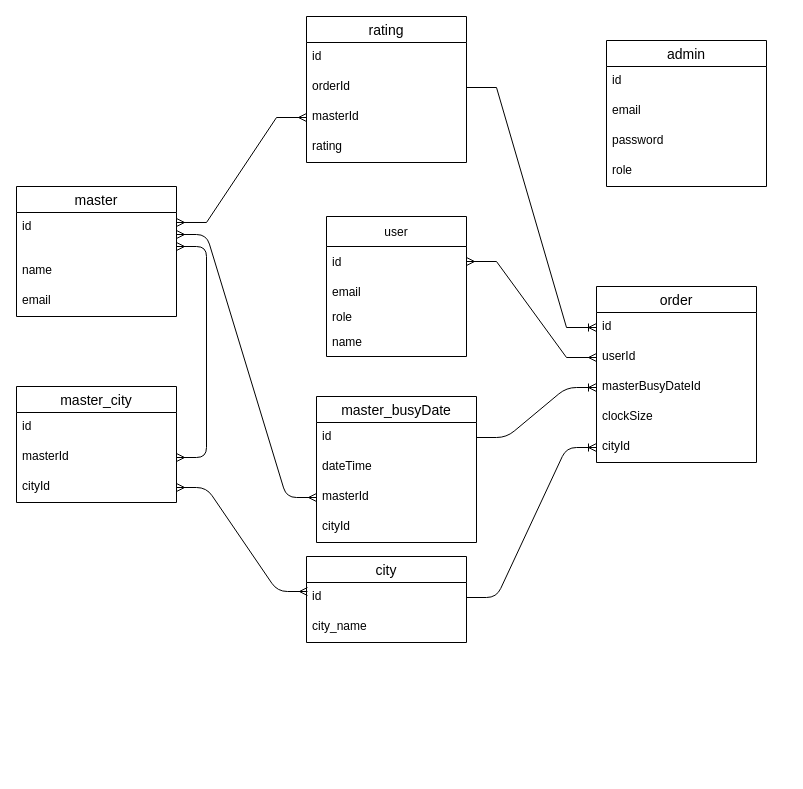
Above: 2.drawio in mip92/clock_server (draw.io), before the change. Source tidied: cells renumbered, new cells numbered last; positions are measured from the earlier drawing's top-left corner, leaving out a move shared by most shapes. Both pictures are drawn from the tidied source at 100%, with x=0, y=0 at pixel (16, 16).
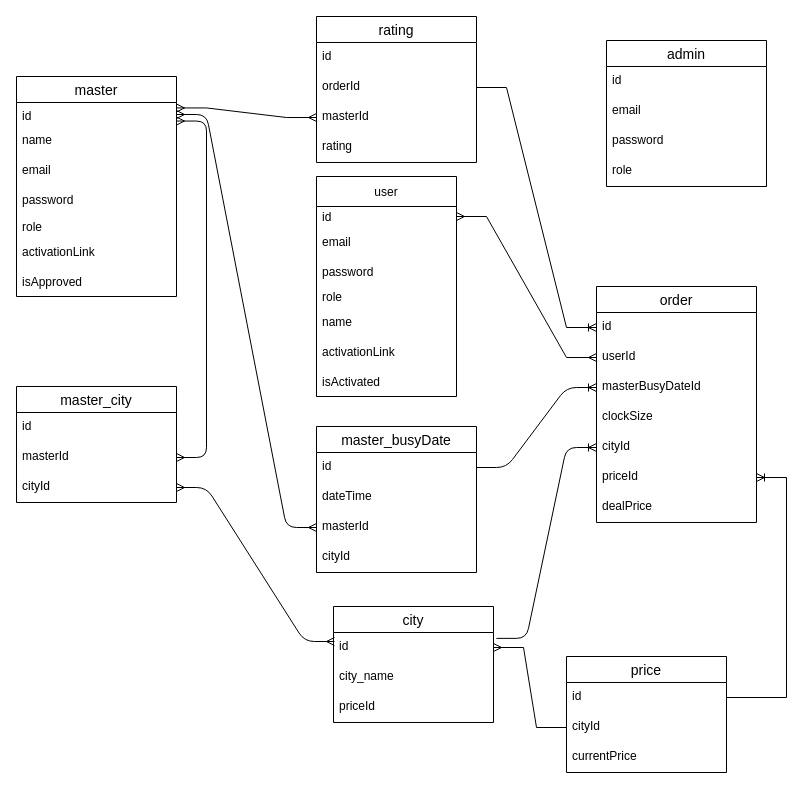
Above is the later version.

Unchanged cells that the change refers to:
```xml
<mxCell id="7" value="id" style="text;strokeColor=none;fillColor=none;spacingLeft=4;spacingRight=4;overflow=hidden;points=[[0,0.5],[1,0.5]];portConstraint=eastwest;fontSize=12;" parent="6" vertex="1">
  <mxGeometry y="26" width="160" height="30" as="geometry" />
</mxCell>
<mxCell id="19" value="cityId" style="text;strokeColor=none;fillColor=none;spacingLeft=4;spacingRight=4;overflow=hidden;points=[[0,0.5],[1,0.5]];portConstraint=eastwest;fontSize=12;" parent="14" vertex="1">
  <mxGeometry y="146" width="160" height="30" as="geometry" />
</mxCell>
```

What changed in the source:
```diff
@@
     <mxCell id="2" value="master" style="swimlane;fontStyle=0;horizontal=1;startSize=26;align=center;fontSize=14;" parent="1" vertex="1">
-      <mxGeometry y="170" width="160" height="130" as="geometry" />
+      <mxGeometry y="60" width="160" height="220" as="geometry" />
     </mxCell>
     <mxCell id="3" value="id" style="text;strokeColor=none;fillColor=none;spacingLeft=4;spacingRight=4;overflow=hidden;points=[[0,0.5],[1,0.5]];portConstraint=eastwest;fontSize=12;" parent="2" vertex="1">
-      <mxGeometry y="26" width="160" height="44" as="geometry" />
+      <mxGeometry y="26" width="160" height="24" as="geometry" />
     </mxCell>
     <mxCell id="4" value="name" style="text;strokeColor=none;fillColor=none;spacingLeft=4;spacingRight=4;overflow=hidden;fontSize=12;" parent="2" vertex="1">
-      <mxGeometry y="70" width="160" height="30" as="geometry" />
+      <mxGeometry y="50" width="160" height="30" as="geometry" />
     </mxCell>
     <mxCell id="5" value="email" style="text;strokeColor=none;fillColor=none;spacingLeft=4;spacingRight=4;overflow=hidden;fontSize=12;" parent="2" vertex="1">
-      <mxGeometry y="100" width="160" height="30" as="geometry" />
+      <mxGeometry y="80" width="160" height="30" as="geometry" />
     </mxCell>
+    <mxCell id="47" value="password" style="text;strokeColor=none;fillColor=none;spacingLeft=4;spacingRight=4;overflow=hidden;fontSize=12;" parent="2" vertex="1">
+      <mxGeometry y="110" width="160" height="30" as="geometry" />
+    </mxCell>
+    <mxCell id="48" value="role" style="text;strokeColor=none;fillColor=none;align=left;verticalAlign=middle;spacingLeft=4;spacingRight=4;overflow=hidden;" parent="2" vertex="1">
+      <mxGeometry y="140" width="160" height="20" as="geometry" />
+    </mxCell>
+    <mxCell id="49" value="activationLink" style="text;strokeColor=none;fillColor=none;align=left;verticalAlign=middle;spacingLeft=4;spacingRight=4;overflow=hidden;" parent="2" vertex="1">
+      <mxGeometry y="160" width="160" height="30" as="geometry" />
+    </mxCell>
+    <mxCell id="50" value="isApproved" style="text;strokeColor=none;fillColor=none;align=left;verticalAlign=middle;spacingLeft=4;spacingRight=4;overflow=hidden;" parent="2" vertex="1">
+      <mxGeometry y="190" width="160" height="30" as="geometry" />
+    </mxCell>
     <mxCell id="6" value="city" style="swimlane;fontStyle=0;horizontal=1;startSize=26;align=center;fontSize=14;" parent="1" vertex="1">
-      <mxGeometry x="290" y="540" width="160" height="86" as="geometry" />
+      <mxGeometry x="317" y="590" width="160" height="116" as="geometry" />
     </mxCell>
@@
+    <mxCell id="51" value="priceId" style="text;strokeColor=none;fillColor=none;spacingLeft=4;spacingRight=4;overflow=hidden;fontSize=12;" parent="6" vertex="1">
+      <mxGeometry y="86" width="160" height="30" as="geometry" />
+    </mxCell>
@@
     <mxCell id="14" value="order" style="swimlane;fontStyle=0;horizontal=1;startSize=26;align=center;fontSize=14;" parent="1" vertex="1">
-      <mxGeometry x="580" y="270" width="160" height="176" as="geometry" />
+      <mxGeometry x="580" y="270" width="160" height="236" as="geometry" />
     </mxCell>
@@
+    <mxCell id="52" value="priceId" style="text;strokeColor=none;fillColor=none;spacingLeft=4;spacingRight=4;overflow=hidden;points=[[0,0.5],[1,0.5]];portConstraint=eastwest;fontSize=12;" parent="14" vertex="1">
+      <mxGeometry y="176" width="160" height="30" as="geometry" />
+    </mxCell>
+    <mxCell id="53" value="dealPrice" style="text;strokeColor=none;fillColor=none;spacingLeft=4;spacingRight=4;overflow=hidden;fontSize=12;" parent="14" vertex="1">
+      <mxGeometry y="206" width="160" height="30" as="geometry" />
+    </mxCell>
     <mxCell id="20" value="master_busyDate" style="swimlane;fontStyle=0;horizontal=1;startSize=26;align=center;fontSize=14;" parent="1" vertex="1">
-      <mxGeometry x="300" y="380" width="160" height="146" as="geometry" />
+      <mxGeometry x="300" y="410" width="160" height="146" as="geometry" />
     </mxCell>
@@
-    <mxCell id="32" style="edgeStyle=entityRelationEdgeStyle;fontSize=12;html=1;endArrow=ERoneToMany;exitX=1;exitY=0.5;exitDx=0;exitDy=0;entryX=0;entryY=0.5;entryDx=0;entryDy=0;" parent="1" edge="1" source="7" target="19">
+    <mxCell id="32" style="edgeStyle=entityRelationEdgeStyle;fontSize=12;html=1;endArrow=ERoneToMany;exitX=1.018;exitY=0.196;exitDx=0;exitDy=0;entryX=0;entryY=0.5;entryDx=0;entryDy=0;exitPerimeter=0;" parent="1" edge="1" source="7" target="19">
       <mxGeometry relative="1" as="geometry" />
     </mxCell>
@@
     <mxCell id="34" value="user" style="swimlane;fontStyle=0;horizontal=1;startSize=30;" parent="1" vertex="1">
-      <mxGeometry x="310" y="200" width="140" height="140" as="geometry" />
+      <mxGeometry x="300" y="160" width="140" height="220" as="geometry" />
     </mxCell>
     <mxCell id="35" value="id" style="text;strokeColor=none;fillColor=none;align=left;verticalAlign=middle;spacingLeft=4;spacingRight=4;overflow=hidden;points=[[0,0.5],[1,0.5]];portConstraint=eastwest;" parent="34" vertex="1">
-      <mxGeometry y="30" width="140" height="30" as="geometry" />
+      <mxGeometry y="30" width="140" height="20" as="geometry" />
     </mxCell>
     <mxCell id="36" value="email" style="text;strokeColor=none;fillColor=none;align=left;verticalAlign=middle;spacingLeft=4;spacingRight=4;overflow=hidden;" parent="34" vertex="1">
-      <mxGeometry y="60" width="140" height="30" as="geometry" />
+      <mxGeometry y="50" width="140" height="30" as="geometry" />
     </mxCell>
+    <mxCell id="54" value="password" style="text;strokeColor=none;fillColor=none;align=left;verticalAlign=middle;spacingLeft=4;spacingRight=4;overflow=hidden;" parent="34" vertex="1">
+      <mxGeometry y="80" width="140" height="30" as="geometry" />
+    </mxCell>
     <mxCell id="37" value="role" style="text;strokeColor=none;fillColor=none;align=left;verticalAlign=middle;spacingLeft=4;spacingRight=4;overflow=hidden;" parent="34" vertex="1">
-      <mxGeometry y="90" width="140" height="20" as="geometry" />
+      <mxGeometry y="110" width="140" height="20" as="geometry" />
     </mxCell>
     <mxCell id="38" value="name" style="text;strokeColor=none;fillColor=none;align=left;verticalAlign=middle;spacingLeft=4;spacingRight=4;overflow=hidden;" parent="34" vertex="1">
-      <mxGeometry y="110" width="140" height="30" as="geometry" />
+      <mxGeometry y="130" width="140" height="30" as="geometry" />
     </mxCell>
+    <mxCell id="55" value="activationLink" style="text;strokeColor=none;fillColor=none;align=left;verticalAlign=middle;spacingLeft=4;spacingRight=4;overflow=hidden;" parent="34" vertex="1">
+      <mxGeometry y="160" width="140" height="30" as="geometry" />
+    </mxCell>
+    <mxCell id="56" value="isActivated" style="text;strokeColor=none;fillColor=none;align=left;verticalAlign=middle;spacingLeft=4;spacingRight=4;overflow=hidden;" parent="34" vertex="1">
+      <mxGeometry y="190" width="140" height="30" as="geometry" />
+    </mxCell>
@@
     <mxCell id="40" value="rating" style="swimlane;fontStyle=0;horizontal=1;startSize=26;align=center;fontSize=14;" parent="1" vertex="1">
-      <mxGeometry x="290" width="160" height="146" as="geometry" />
+      <mxGeometry x="300" width="160" height="146" as="geometry" />
     </mxCell>
@@
+    <mxCell id="57" value="price" style="swimlane;fontStyle=0;horizontal=1;startSize=26;align=center;fontSize=14;" parent="1" vertex="1">
+      <mxGeometry x="550" y="640" width="160" height="116" as="geometry" />
+    </mxCell>
+    <mxCell id="58" value="id" style="text;strokeColor=none;fillColor=none;spacingLeft=4;spacingRight=4;overflow=hidden;points=[[0,0.5],[1,0.5]];portConstraint=eastwest;fontSize=12;" parent="57" vertex="1">
+      <mxGeometry y="26" width="160" height="30" as="geometry" />
+    </mxCell>
+    <mxCell id="59" value="cityId" style="text;strokeColor=none;fillColor=none;spacingLeft=4;spacingRight=4;overflow=hidden;points=[[0,0.5],[1,0.5]];portConstraint=eastwest;fontSize=12;" parent="57" vertex="1">
+      <mxGeometry y="56" width="160" height="30" as="geometry" />
+    </mxCell>
+    <mxCell id="60" value="currentPrice" style="text;strokeColor=none;fillColor=none;spacingLeft=4;spacingRight=4;overflow=hidden;fontSize=12;" parent="57" vertex="1">
+      <mxGeometry y="86" width="160" height="30" as="geometry" />
+    </mxCell>
+    <mxCell id="61" style="edgeStyle=entityRelationEdgeStyle;fontSize=12;html=1;endArrow=ERmany;rounded=0;exitX=0;exitY=0.5;exitDx=0;exitDy=0;entryX=1;entryY=0.5;entryDx=0;entryDy=0;" parent="1" edge="1" source="59" target="7">
+      <mxGeometry relative="1" as="geometry" />
+    </mxCell>
+    <mxCell id="62" style="edgeStyle=entityRelationEdgeStyle;fontSize=12;html=1;endArrow=ERoneToMany;rounded=0;exitX=1;exitY=0.5;exitDx=0;exitDy=0;" parent="1" edge="1" source="58" target="52">
+      <mxGeometry relative="1" as="geometry" />
+    </mxCell>
```
